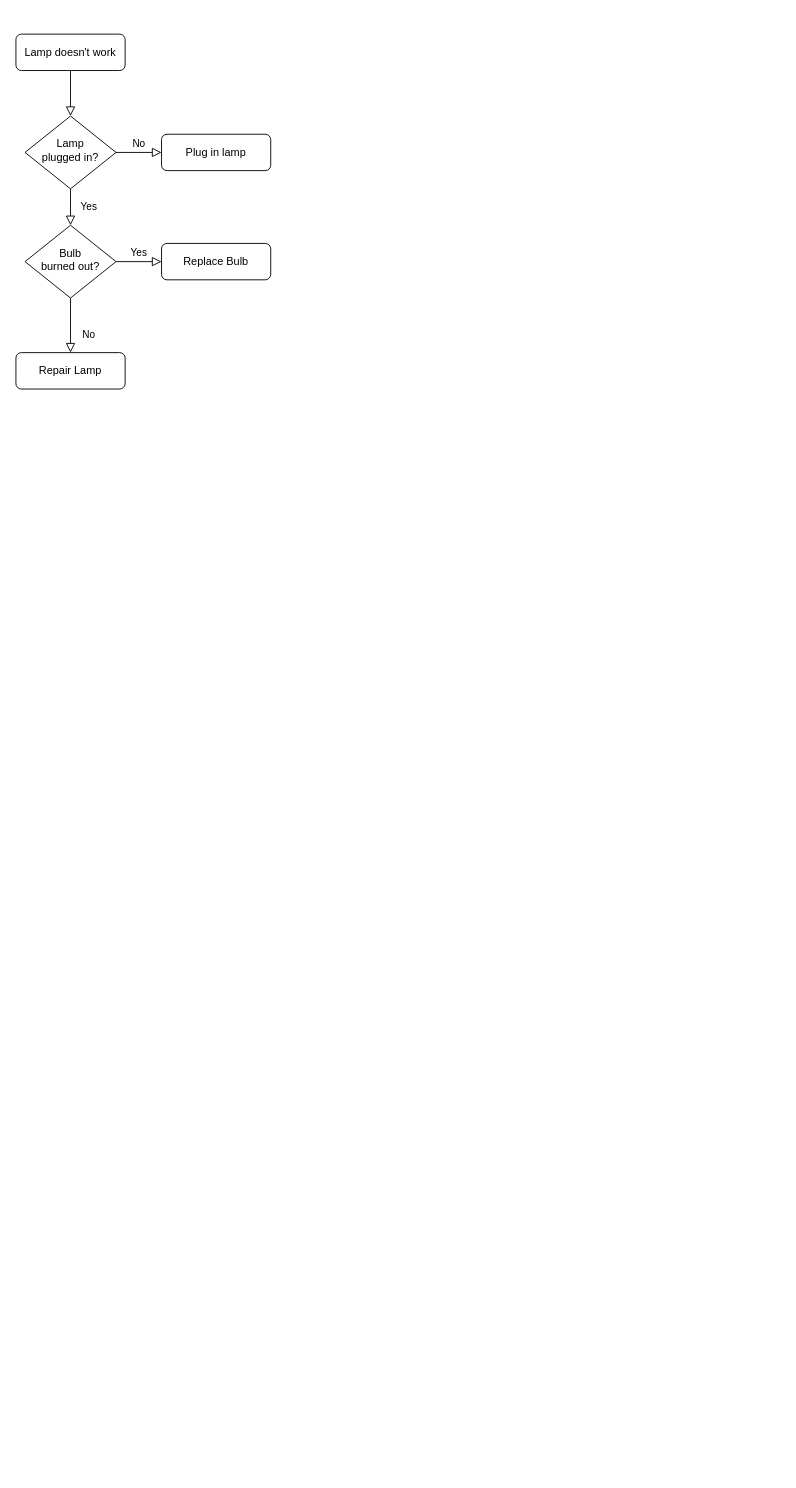
MendesMontanaro/automationCisco keeps this draw.io diagram as logicaScriptAutomacaoCisco.drawio. Above is the earlier version. Source tidied: cells renumbered, new cells numbered last; positions are measured from the earlier drawing's top-left corner, leaving out a move shared by most shapes. Both pictures are drawn from the tidied source at 91%, with x=0, y=0 at pixel (15, 34).
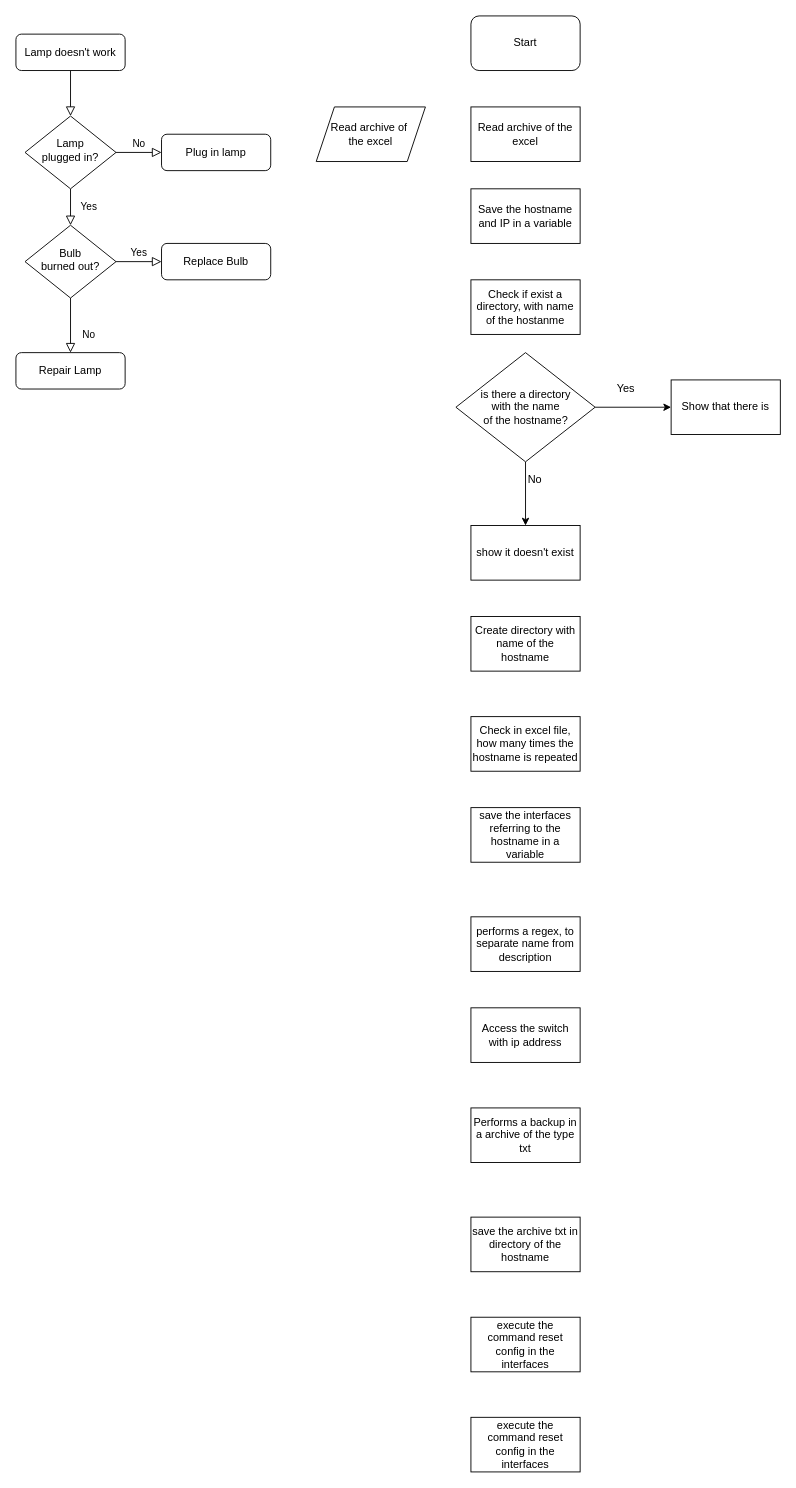
The same page after the edit.

What changed in the source:
```diff
@@
+    <mxCell id="13" value="Start" style="rounded=1;whiteSpace=wrap;html=1;" parent="1" vertex="1">
+      <mxGeometry x="500" y="-20" width="120" height="60" as="geometry" />
+    </mxCell>
+    <mxCell id="14" value="Read archive of&amp;nbsp;&lt;br&gt;the excel" style="shape=parallelogram;perimeter=parallelogramPerimeter;whiteSpace=wrap;html=1;fixedSize=1;" parent="1" vertex="1">
+      <mxGeometry x="330" y="80" width="120" height="60" as="geometry" />
+    </mxCell>
+    <mxCell id="15" value="Read archive of the&lt;br&gt;excel" style="rounded=0;whiteSpace=wrap;html=1;" parent="1" vertex="1">
+      <mxGeometry x="500" y="80" width="120" height="60" as="geometry" />
+    </mxCell>
+    <mxCell id="16" value="Save the hostname and IP in a variable" style="rounded=0;whiteSpace=wrap;html=1;" parent="1" vertex="1">
+      <mxGeometry x="500" y="170" width="120" height="60" as="geometry" />
+    </mxCell>
+    <mxCell id="17" value="Check if exist a directory, with name of the hostanme" style="rounded=0;whiteSpace=wrap;html=1;" parent="1" vertex="1">
+      <mxGeometry x="500" y="270" width="120" height="60" as="geometry" />
+    </mxCell>
+    <mxCell id="18" style="edgeStyle=orthogonalEdgeStyle;rounded=0;jettySize=auto;html=1;entryX=0;entryY=0.5;entryDx=0;entryDy=0;" parent="1" edge="1" source="20" target="21">
+      <mxGeometry relative="1" as="geometry" />
+    </mxCell>
+    <mxCell id="19" style="edgeStyle=orthogonalEdgeStyle;rounded=0;jettySize=auto;html=1;exitX=0.5;exitY=1;exitDx=0;exitDy=0;" parent="1" edge="1" source="20" target="23">
+      <mxGeometry relative="1" as="geometry" />
+    </mxCell>
+    <mxCell id="20" value="is there a directory &lt;br&gt;with the name &lt;br&gt;of the hostname?" style="rhombus;whiteSpace=wrap;html=1;" parent="1" vertex="1">
+      <mxGeometry x="483.5" y="350" width="153" height="120" as="geometry" />
+    </mxCell>
+    <mxCell id="21" value="Show that there is" style="rounded=0;whiteSpace=wrap;html=1;" parent="1" vertex="1">
+      <mxGeometry x="720" y="380" width="120" height="60" as="geometry" />
+    </mxCell>
+    <mxCell id="22" value="Yes" style="text;html=1;align=center;verticalAlign=middle;strokeColor=none;fillColor=none;" parent="1" vertex="1">
+      <mxGeometry x="650" y="380" width="40" height="20" as="geometry" />
+    </mxCell>
+    <mxCell id="23" value="show it doesn't exist" style="rounded=0;whiteSpace=wrap;html=1;" parent="1" vertex="1">
+      <mxGeometry x="500" y="540" width="120" height="60" as="geometry" />
+    </mxCell>
+    <mxCell id="24" value="No" style="text;html=1;align=center;verticalAlign=middle;strokeColor=none;fillColor=none;" parent="1" vertex="1">
+      <mxGeometry x="555" y="480" width="30" height="20" as="geometry" />
+    </mxCell>
+    <mxCell id="25" value="Create directory with name of the hostname" style="rounded=0;whiteSpace=wrap;html=1;" parent="1" vertex="1">
+      <mxGeometry x="500" y="640" width="120" height="60" as="geometry" />
+    </mxCell>
+    <mxCell id="26" value="Check in excel file, how many times the hostname is repeated" style="rounded=0;whiteSpace=wrap;html=1;" parent="1" vertex="1">
+      <mxGeometry x="500" y="750" width="120" height="60" as="geometry" />
+    </mxCell>
+    <mxCell id="27" value="save the interfaces referring to the hostname in a variable" style="rounded=0;whiteSpace=wrap;html=1;" parent="1" vertex="1">
+      <mxGeometry x="500" y="850" width="120" height="60" as="geometry" />
+    </mxCell>
+    <mxCell id="28" value="performs a regex, to separate name from description" style="rounded=0;whiteSpace=wrap;html=1;" parent="1" vertex="1">
+      <mxGeometry x="500" y="970" width="120" height="60" as="geometry" />
+    </mxCell>
+    <mxCell id="29" value="Access the switch with ip address" style="rounded=0;whiteSpace=wrap;html=1;" parent="1" vertex="1">
+      <mxGeometry x="500" y="1070" width="120" height="60" as="geometry" />
+    </mxCell>
+    <mxCell id="30" value="Performs a backup in a archive of the type txt" style="rounded=0;whiteSpace=wrap;html=1;" parent="1" vertex="1">
+      <mxGeometry x="500" y="1180" width="120" height="60" as="geometry" />
+    </mxCell>
+    <mxCell id="31" value="save the archive txt in directory of the hostname" style="rounded=0;whiteSpace=wrap;html=1;" parent="1" vertex="1">
+      <mxGeometry x="500" y="1300" width="120" height="60" as="geometry" />
+    </mxCell>
+    <mxCell id="32" value="execute the command reset config in the interfaces" style="rounded=0;whiteSpace=wrap;html=1;" parent="1" vertex="1">
+      <mxGeometry x="500" y="1410" width="120" height="60" as="geometry" />
+    </mxCell>
+    <mxCell id="33" value="execute the command reset config in the interfaces" style="rounded=0;whiteSpace=wrap;html=1;" parent="1" vertex="1">
+      <mxGeometry x="500" y="1520" width="120" height="60" as="geometry" />
+    </mxCell>
```
